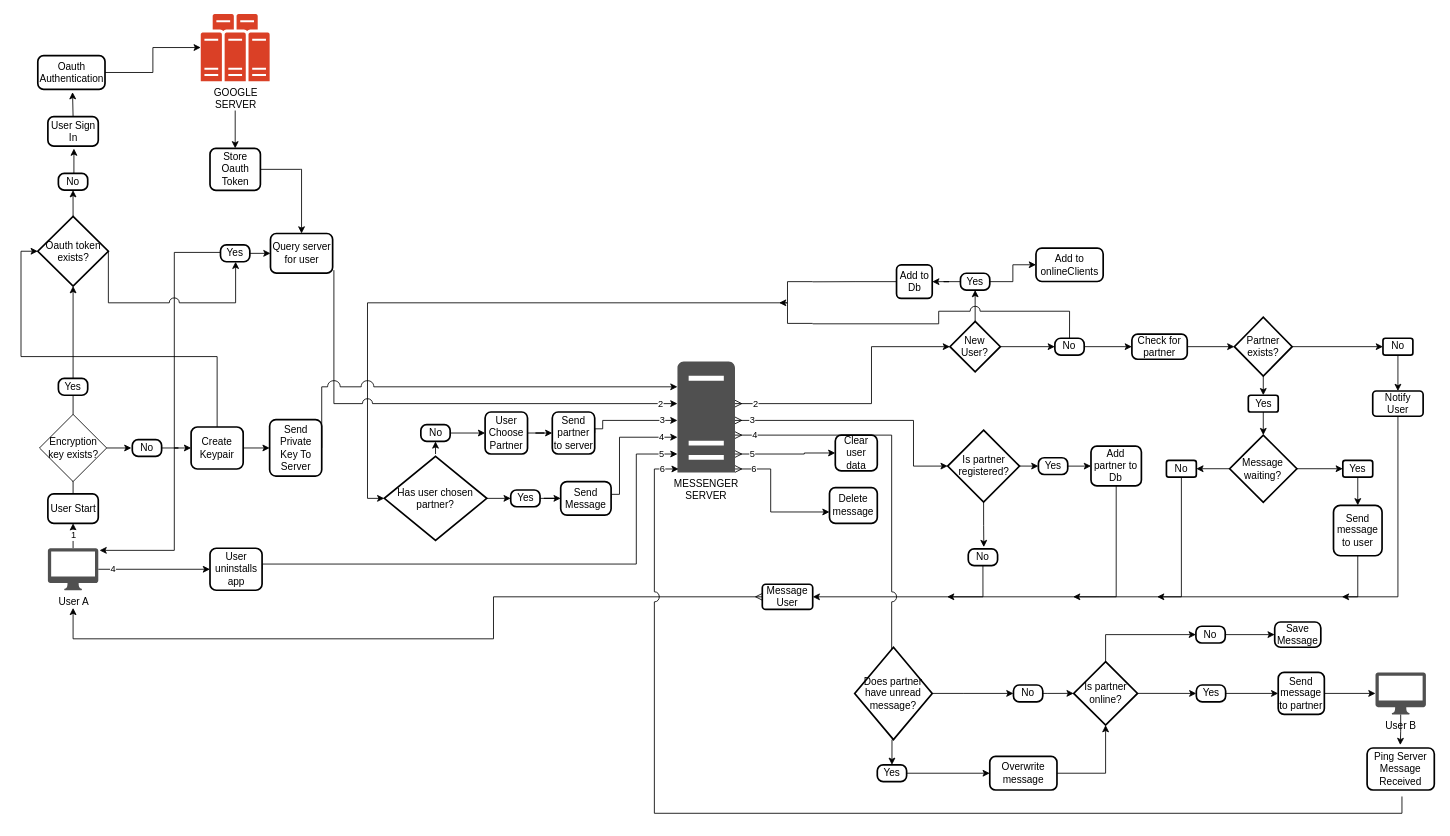
gitupwithit/mini_messenger_extension keeps this draw.io diagram as mini_messenger_flowchart.drawio. Above is the earlier version. Source tidied: cells renumbered, new cells numbered last; positions are measured from the earlier drawing's top-left corner, leaving out a move shared by most shapes. Both pictures are drawn from the tidied source at 84%, with x=0, y=0 at pixel (38, 13).
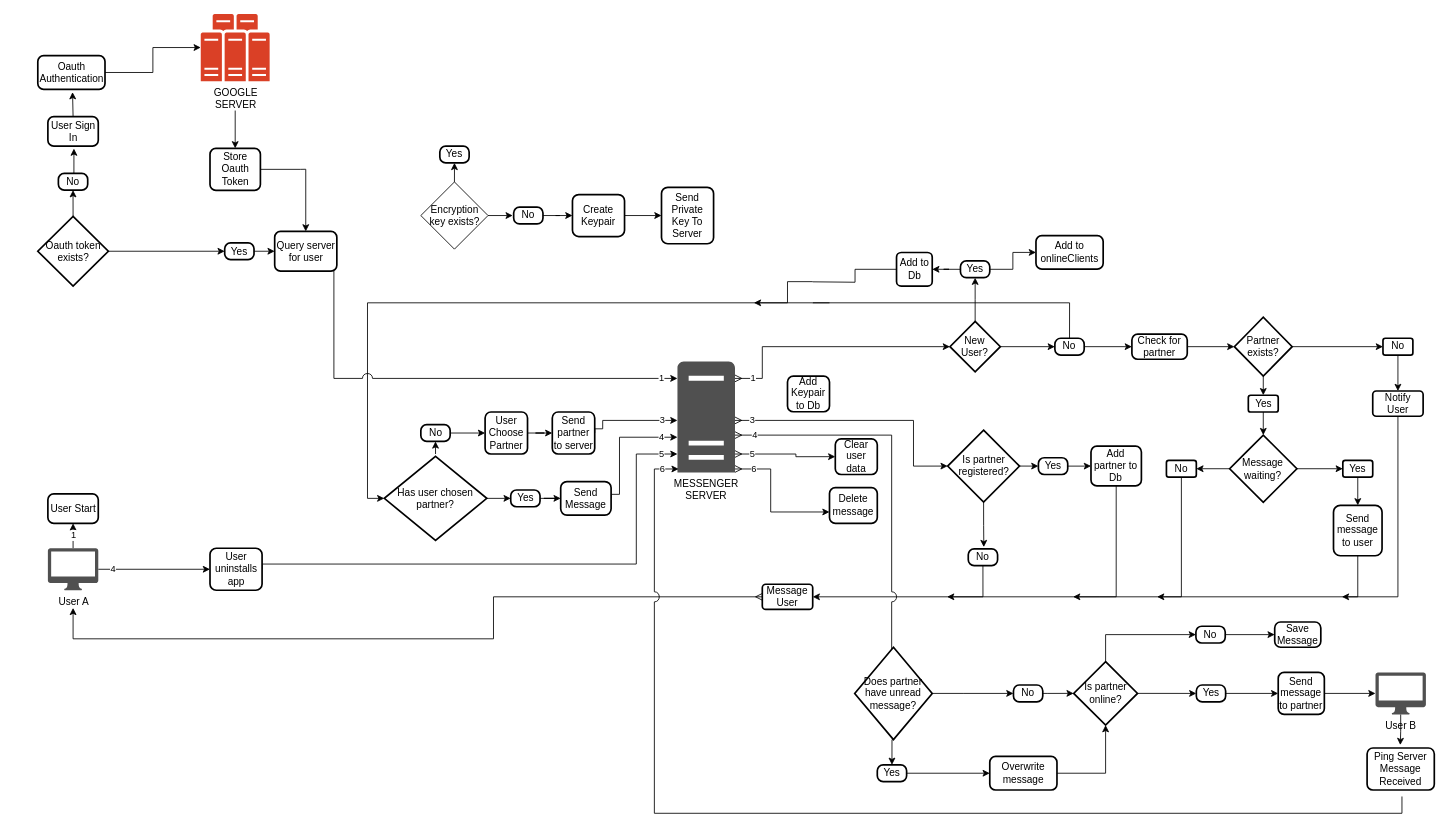
The same diagram, later.

Unchanged cells that the change refers to:
```xml
<mxCell id="5" value="User Start" style="rounded=1;whiteSpace=wrap;html=1;absoluteArcSize=1;arcSize=14;strokeWidth=2;" parent="1" vertex="1">
  <mxGeometry x="11.5" y="571.5" width="60" height="35" as="geometry" />
</mxCell>
<mxCell id="8" value="MESSENGER&lt;br&gt;SERVER" style="sketch=0;shadow=0;dashed=0;html=1;strokeColor=none;fillColor=#505050;labelPosition=center;verticalLabelPosition=bottom;verticalAlign=top;outlineConnect=0;align=center;shape=mxgraph.office.servers.server_generic;points=[[0.11,0.94,0,0,0],[0.5,1,0,0,34],[1,1,0,2,3]];" parent="1" vertex="1">
  <mxGeometry x="761" y="414" width="68.5" height="132" as="geometry" />
</mxCell>
<mxCell id="16" value="New User?" style="strokeWidth=2;html=1;shape=mxgraph.flowchart.decision;whiteSpace=wrap;" parent="1" vertex="1">
  <mxGeometry x="1085.4" y="366.2" width="60" height="60" as="geometry" />
</mxCell>
<mxCell id="22" value="No" style="rounded=1;whiteSpace=wrap;html=1;absoluteArcSize=1;arcSize=14;strokeWidth=2;" parent="1" vertex="1">
  <mxGeometry x="1210.3" y="386.2" width="34.9" height="20" as="geometry" />
</mxCell>
<mxCell id="103" value="Oauth token exists?" style="strokeWidth=2;html=1;shape=mxgraph.flowchart.decision;whiteSpace=wrap;" parent="1" vertex="1">
  <mxGeometry x="-0.5" y="241.1" width="84" height="83" as="geometry" />
</mxCell>
```

The edit, as a diff of the source:
```diff
@@
-    <mxCell id="6" value="2" style="edgeStyle=orthogonalEdgeStyle;rounded=0;jettySize=auto;html=1;jumpStyle=none;startArrow=ERmany;startFill=0;strokeWidth=1;shadow=0;entryX=0;entryY=0.5;entryDx=0;entryDy=0;entryPerimeter=0;" parent="1" edge="1" source="8" target="16">
-      <mxGeometry x="-0.85" relative="1" as="geometry">
+    <mxCell id="6" value="1" style="edgeStyle=orthogonalEdgeStyle;rounded=0;jettySize=auto;html=1;jumpStyle=none;startArrow=ERmany;startFill=0;strokeWidth=1;shadow=0;entryX=0;entryY=0.5;entryDx=0;entryDy=0;entryPerimeter=0;" parent="1" edge="1" source="8" target="16">
+      <mxGeometry x="-0.86" relative="1" as="geometry">
         <Array as="points">
-          <mxPoint x="992" y="464" />
-          <mxPoint x="992" y="396" />
+          <mxPoint x="862" y="434" />
+          <mxPoint x="862" y="396" />
         </Array>
       </mxGeometry>
     </mxCell>
@@
-    <mxCell id="13" style="edgeStyle=orthogonalEdgeStyle;rounded=0;jettySize=auto;html=1;exitX=0;exitY=0.5;exitDx=0;exitDy=0;jumpStyle=arc;jumpSize=12;flowAnimation=1;" parent="1" edge="1" source="105">
-      <mxGeometry relative="1" as="geometry">
-        <mxPoint x="73" y="638.7" as="targetPoint" />
-        <Array as="points">
-          <mxPoint x="217" y="284" />
-          <mxPoint x="162" y="284" />
-          <mxPoint x="162" y="639" />
-        </Array>
-      </mxGeometry>
-    </mxCell>
@@
-    <mxCell id="15" style="edgeStyle=orthogonalEdgeStyle;rounded=0;jettySize=auto;html=1;exitX=0.5;exitY=0;exitDx=0;exitDy=0;exitPerimeter=0;" parent="1" edge="1" source="16" target="19">
+    <mxCell id="15" style="edgeStyle=orthogonalEdgeStyle;rounded=0;jettySize=auto;html=1;exitX=0.5;exitY=0;exitDx=0;exitDy=0;exitPerimeter=0;jumpStyle=none;jumpSize=13;" parent="1" edge="1" source="16" target="19">
       <mxGeometry relative="1" as="geometry" />
     </mxCell>
@@
     <mxCell id="19" value="Yes" style="rounded=1;whiteSpace=wrap;html=1;absoluteArcSize=1;arcSize=14;strokeWidth=2;" parent="1" vertex="1">
-      <mxGeometry x="1097.9" y="308.8" width="34.9" height="20" as="geometry" />
+      <mxGeometry x="1097.9" y="294.1" width="34.9" height="20" as="geometry" />
     </mxCell>
@@
-    <mxCell id="21" style="edgeStyle=orthogonalEdgeStyle;rounded=0;jettySize=auto;html=1;exitX=0.5;exitY=0;exitDx=0;exitDy=0;jumpStyle=arc;jumpSize=12;flowAnimation=1;endArrow=none;endFill=0;" parent="1" edge="1" source="22">
+    <mxCell id="21" style="edgeStyle=orthogonalEdgeStyle;rounded=0;jettySize=auto;html=1;exitX=0.5;exitY=0;exitDx=0;exitDy=0;jumpStyle=none;jumpSize=12;flowAnimation=1;endArrow=none;endFill=0;" parent="1" edge="1" source="22">
       <mxGeometry relative="1" as="geometry">
-        <mxPoint x="922" y="369" as="targetPoint" />
+        <mxPoint x="922" y="344" as="targetPoint" />
         <Array as="points">
-          <mxPoint x="1228" y="354" />
-          <mxPoint x="1072" y="354" />
-          <mxPoint x="1072" y="369" />
+          <mxPoint x="1228" y="344" />
         </Array>
       </mxGeometry>
     </mxCell>
@@
     <mxCell id="25" value="Add to Db" style="whiteSpace=wrap;html=1;rounded=1;arcSize=14;strokeWidth=2;" parent="1" vertex="1">
-      <mxGeometry x="1021.8" y="298.8" width="42.5" height="40" as="geometry" />
+      <mxGeometry x="1021.8" y="284.1" width="42.5" height="40" as="geometry" />
     </mxCell>
@@
     <mxCell id="94" value="Clear&lt;div&gt;user&lt;/div&gt;&lt;div&gt;data&lt;/div&gt;" style="rounded=1;whiteSpace=wrap;html=1;absoluteArcSize=1;arcSize=14;strokeWidth=2;" parent="1" vertex="1">
-      <mxGeometry x="948.9" y="501.5" width="50" height="42.5" as="geometry" />
+      <mxGeometry x="948.9" y="505.9" width="50" height="42.5" as="geometry" />
     </mxCell>
-    <mxCell id="95" value="5" style="edgeStyle=orthogonalEdgeStyle;rounded=0;jettySize=auto;html=1;entryX=0;entryY=0.5;entryDx=0;entryDy=0;startArrow=ERmany;startFill=0;" parent="1" edge="1" source="8" target="94">
+    <mxCell id="95" value="5" style="edgeStyle=orthogonalEdgeStyle;rounded=0;jettySize=auto;html=1;startArrow=ERmany;startFill=0;entryX=0;entryY=0.5;entryDx=0;entryDy=0;" parent="1" edge="1" source="8" target="94">
       <mxGeometry x="-0.67" relative="1" as="geometry">
         <Array as="points">
-          <mxPoint x="912" y="524" />
-          <mxPoint x="912" y="523" />
+          <mxPoint x="902" y="524" />
+          <mxPoint x="902" y="527" />
         </Array>
       </mxGeometry>
     </mxCell>
@@
-    <mxCell id="102" style="edgeStyle=orthogonalEdgeStyle;rounded=0;jettySize=auto;html=1;exitX=1;exitY=0.5;exitDx=0;exitDy=0;exitPerimeter=0;jumpStyle=arc;jumpSize=12;" parent="1" edge="1" source="103" target="105">
-      <mxGeometry relative="1" as="geometry">
-        <Array as="points">
-          <mxPoint x="83" y="344" />
-          <mxPoint x="235" y="344" />
-        </Array>
-      </mxGeometry>
+    <mxCell id="102" style="edgeStyle=orthogonalEdgeStyle;rounded=0;jettySize=auto;html=1;exitX=1;exitY=0.5;exitDx=0;exitDy=0;exitPerimeter=0;jumpStyle=arc;jumpSize=12;entryX=0;entryY=0.5;entryDx=0;entryDy=0;" parent="1" edge="1" source="103" target="105">
+      <mxGeometry relative="1" as="geometry" />
     </mxCell>
@@
     <mxCell id="105" value="Yes" style="rounded=1;whiteSpace=wrap;html=1;absoluteArcSize=1;arcSize=14;strokeWidth=2;" parent="1" vertex="1">
-      <mxGeometry x="217" y="275.1" width="34.9" height="20" as="geometry" />
+      <mxGeometry x="222" y="272.6" width="34.9" height="20" as="geometry" />
     </mxCell>
@@
-    <mxCell id="107" style="edgeStyle=orthogonalEdgeStyle;rounded=0;jettySize=auto;html=1;exitX=0.5;exitY=0;exitDx=0;exitDy=0;entryX=0.5;entryY=1;entryDx=0;entryDy=0;entryPerimeter=0;" parent="1" edge="1" source="5" target="103">
-      <mxGeometry relative="1" as="geometry" />
-    </mxCell>
@@
-    <mxCell id="112" value="2" style="edgeStyle=orthogonalEdgeStyle;rounded=0;jettySize=auto;html=1;exitX=1;exitY=0.5;exitDx=0;exitDy=0;jumpStyle=arc;jumpSize=12;" parent="1" edge="1" target="8">
+    <mxCell id="112" value="1" style="edgeStyle=orthogonalEdgeStyle;rounded=0;jettySize=auto;html=1;exitX=1;exitY=0.5;exitDx=0;exitDy=0;jumpStyle=arc;jumpSize=12;" parent="1" edge="1" target="8">
       <mxGeometry x="0.93" relative="1" as="geometry">
         <mxPoint x="352" y="305.1" as="sourcePoint" />
         <Array as="points">
-          <mxPoint x="352" y="464" />
+          <mxPoint x="352" y="434" />
         </Array>
       </mxGeometry>
     </mxCell>
     <mxCell id="113" value="Query server for user" style="rounded=1;whiteSpace=wrap;html=1;absoluteArcSize=1;arcSize=14;strokeWidth=2;" parent="1" vertex="1">
-      <mxGeometry x="276.5" y="261.5" width="74" height="47.2" as="geometry" />
+      <mxGeometry x="281.5" y="259" width="74" height="47.2" as="geometry" />
     </mxCell>
-    <mxCell id="114" style="edgeStyle=orthogonalEdgeStyle;rounded=0;orthogonalLoop=1;jettySize=auto;html=1;exitX=0;exitY=0.5;exitDx=0;exitDy=0;flowAnimation=1;" parent="1" edge="1">
+    <mxCell id="114" style="edgeStyle=orthogonalEdgeStyle;rounded=0;orthogonalLoop=1;jettySize=auto;html=1;flowAnimation=1;" parent="1" edge="1">
       <mxGeometry relative="1" as="geometry">
-        <mxPoint x="922" y="368.5" as="sourcePoint" />
-        <mxPoint x="882" y="344" as="targetPoint" />
+        <mxPoint x="942" y="344" as="sourcePoint" />
+        <mxPoint x="852" y="344" as="targetPoint" />
         <Array as="points">
-          <mxPoint x="892" y="369" />
-          <mxPoint x="892" y="344" />
+          <mxPoint x="922" y="344" />
         </Array>
       </mxGeometry>
     </mxCell>
     <mxCell id="115" value="Add to onlineClients" style="rounded=1;whiteSpace=wrap;html=1;absoluteArcSize=1;arcSize=14;strokeWidth=2;" parent="1" vertex="1">
-      <mxGeometry x="1187.8" y="278.8" width="80" height="39.8" as="geometry" />
+      <mxGeometry x="1187.8" y="264.1" width="80" height="39.8" as="geometry" />
     </mxCell>
+    <mxCell id="126" style="edgeStyle=orthogonalEdgeStyle;rounded=0;jettySize=auto;html=1;exitX=0.5;exitY=0;exitDx=0;exitDy=0;entryX=0.5;entryY=1;entryDx=0;entryDy=0;" parent="1" edge="1" source="116" target="117">
+      <mxGeometry relative="1" as="geometry" />
+    </mxCell>
     <mxCell id="116" value="Encryption key exists?" style="rhombus;whiteSpace=wrap;html=1;" parent="1" vertex="1">
-      <mxGeometry x="1.5" y="476.8" width="80" height="80" as="geometry" />
+      <mxGeometry x="455.5" y="200.1" width="80" height="80" as="geometry" />
     </mxCell>
     <mxCell id="117" value="Yes" style="rounded=1;whiteSpace=wrap;html=1;absoluteArcSize=1;arcSize=14;strokeWidth=2;" parent="1" vertex="1">
-      <mxGeometry x="24" y="434" width="34.9" height="20" as="geometry" />
+      <mxGeometry x="478.1" y="157.4" width="34.9" height="20" as="geometry" />
     </mxCell>
@@
     <mxCell id="119" value="No" style="rounded=1;whiteSpace=wrap;html=1;absoluteArcSize=1;arcSize=14;strokeWidth=2;" parent="1" vertex="1">
-      <mxGeometry x="112" y="506.8" width="34.9" height="20" as="geometry" />
+      <mxGeometry x="566" y="230.1" width="34.9" height="20" as="geometry" />
     </mxCell>
@@
     <mxCell id="121" value="Create Keypair" style="rounded=1;whiteSpace=wrap;html=1;absoluteArcSize=1;arcSize=15;strokeWidth=2;" parent="1" vertex="1">
-      <mxGeometry x="182" y="491.8" width="62" height="50" as="geometry" />
+      <mxGeometry x="636" y="215.1" width="62" height="50" as="geometry" />
     </mxCell>
-    <mxCell id="122" style="edgeStyle=orthogonalEdgeStyle;rounded=0;jettySize=auto;html=1;exitX=0.5;exitY=0;exitDx=0;exitDy=0;entryX=0;entryY=0.5;entryDx=0;entryDy=0;entryPerimeter=0;" parent="1" edge="1" source="121" target="103">
-      <mxGeometry relative="1" as="geometry" />
-    </mxCell>
-    <mxCell id="123" style="edgeStyle=orthogonalEdgeStyle;rounded=0;jettySize=auto;html=1;exitX=1;exitY=0.5;exitDx=0;exitDy=0;jumpStyle=arc;jumpSize=15;" parent="1" edge="1" source="124" target="8">
-      <mxGeometry relative="1" as="geometry">
-        <Array as="points">
-          <mxPoint x="338" y="444" />
-        </Array>
-      </mxGeometry>
-    </mxCell>
     <mxCell id="124" value="Send Private Key To Server" style="rounded=1;whiteSpace=wrap;html=1;absoluteArcSize=1;arcSize=15;strokeWidth=2;" parent="1" vertex="1">
-      <mxGeometry x="275.5" y="483.1" width="62" height="67.2" as="geometry" />
+      <mxGeometry x="742" y="206.5" width="62" height="67.2" as="geometry" />
     </mxCell>
@@
+    <mxCell id="127" value="Add Keypair to Db" style="rounded=1;whiteSpace=wrap;html=1;absoluteArcSize=1;arcSize=14;strokeWidth=2;" parent="1" vertex="1">
+      <mxGeometry x="892" y="431.2" width="50" height="42.5" as="geometry" />
+    </mxCell>
```
